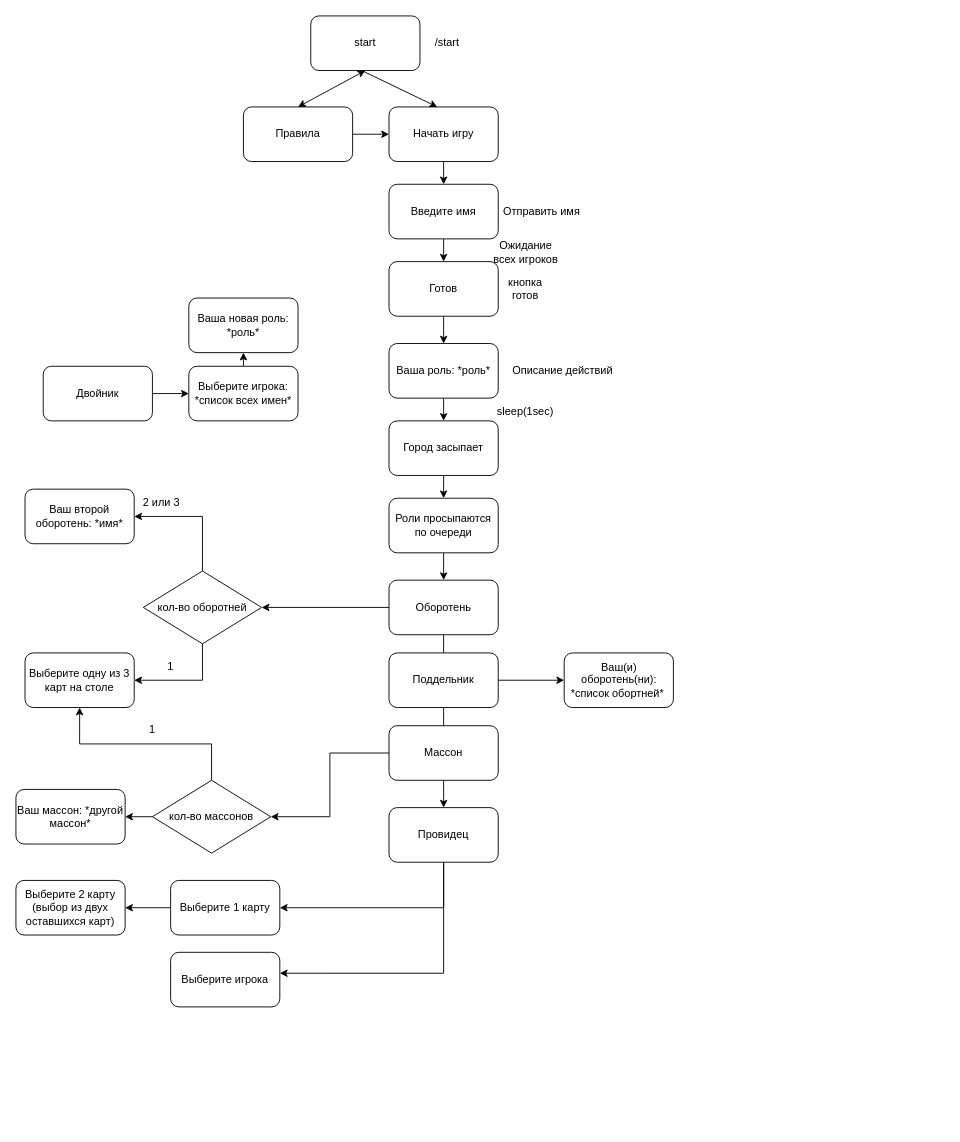
Above: page "Страница — 1" (1 of 2) of Диаграмма без названия.drawio in HereWeGoFirstly/WerewolvessGameBot (draw.io), before the change. Source tidied: cells renumbered, new cells numbered last; positions are measured from the earlier drawing's top-left corner, leaving out a move shared by most shapes. Both pictures are drawn from the tidied source at 91%, with x=0, y=0 at pixel (15, 15).
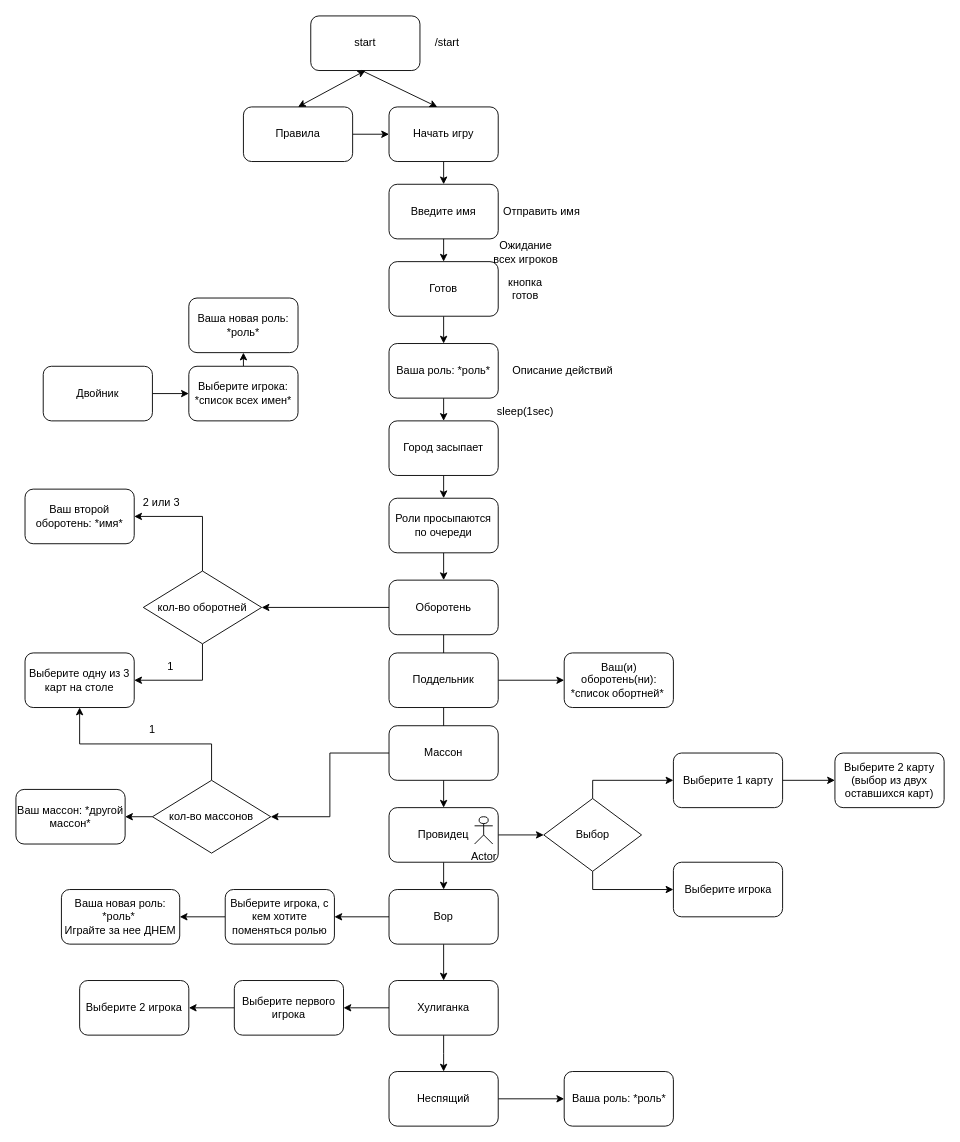
The same page after the edit.

Unchanged cells that the change refers to:
```xml
<mxCell id="53" value="Провидец" style="rounded=1;whiteSpace=wrap;html=1;" parent="1" vertex="1">
  <mxGeometry x="410" y="870" width="120" height="60" as="geometry" />
</mxCell>
```

Diff of the diagram source:
```diff
@@
-    <mxCell id="52" style="edgeStyle=orthogonalEdgeStyle;rounded=0;jettySize=auto;html=1;exitX=0.5;exitY=1;exitDx=0;exitDy=0;entryX=1;entryY=0.5;entryDx=0;entryDy=0;" parent="1" edge="1" source="53" target="55">
-      <mxGeometry relative="1" as="geometry" />
-    </mxCell>
+    <mxCell id="59" style="edgeStyle=orthogonalEdgeStyle;rounded=0;jettySize=auto;html=1;exitX=1;exitY=0.5;exitDx=0;exitDy=0;entryX=0;entryY=0.5;entryDx=0;entryDy=0;" parent="1" edge="1" source="53" target="63">
+      <mxGeometry relative="1" as="geometry" />
+    </mxCell>
+    <mxCell id="60" style="edgeStyle=orthogonalEdgeStyle;rounded=0;jettySize=auto;html=1;exitX=0.5;exitY=1;exitDx=0;exitDy=0;entryX=0.5;entryY=0;entryDx=0;entryDy=0;" parent="1" edge="1" source="53" target="66">
+      <mxGeometry relative="1" as="geometry" />
+    </mxCell>
@@
-    <mxCell id="54" style="edgeStyle=orthogonalEdgeStyle;rounded=0;jettySize=auto;html=1;exitX=0;exitY=0.5;exitDx=0;exitDy=0;" parent="1" edge="1" source="55" target="56">
+    <mxCell id="54" style="edgeStyle=orthogonalEdgeStyle;rounded=0;jettySize=auto;html=1;exitX=1;exitY=0.5;exitDx=0;exitDy=0;entryX=0;entryY=0.5;entryDx=0;entryDy=0;" parent="1" edge="1" source="55" target="56">
       <mxGeometry relative="1" as="geometry" />
     </mxCell>
     <mxCell id="55" value="Выберите 1 карту" style="rounded=1;whiteSpace=wrap;html=1;" parent="1" vertex="1">
-      <mxGeometry x="170" y="950" width="120" height="60" as="geometry" />
+      <mxGeometry x="722.5" y="810" width="120" height="60" as="geometry" />
     </mxCell>
     <mxCell id="56" value="Выберите 2 карту&lt;br&gt;(выбор из двух оставшихся карт)" style="rounded=1;whiteSpace=wrap;html=1;" parent="1" vertex="1">
-      <mxGeometry y="950" width="120" height="60" as="geometry" />
+      <mxGeometry x="900" y="810" width="120" height="60" as="geometry" />
     </mxCell>
     <mxCell id="57" value="Выберите игрока" style="rounded=1;whiteSpace=wrap;html=1;" parent="1" vertex="1">
-      <mxGeometry x="170" y="1029" width="120" height="60" as="geometry" />
+      <mxGeometry x="722.5" y="930" width="120" height="60" as="geometry" />
     </mxCell>
-    <mxCell id="58" style="edgeStyle=orthogonalEdgeStyle;rounded=0;jettySize=auto;html=1;exitX=0.5;exitY=1;exitDx=0;exitDy=0;entryX=1;entryY=0.383;entryDx=0;entryDy=0;entryPerimeter=0;" parent="1" edge="1" source="53" target="57">
-      <mxGeometry relative="1" as="geometry" />
-    </mxCell>
+    <mxCell id="61" style="edgeStyle=orthogonalEdgeStyle;rounded=0;jettySize=auto;html=1;exitX=0.5;exitY=0;exitDx=0;exitDy=0;entryX=0;entryY=0.5;entryDx=0;entryDy=0;" parent="1" edge="1" source="63" target="55">
+      <mxGeometry relative="1" as="geometry" />
+    </mxCell>
+    <mxCell id="62" style="edgeStyle=orthogonalEdgeStyle;rounded=0;jettySize=auto;html=1;exitX=0.5;exitY=1;exitDx=0;exitDy=0;" parent="1" edge="1" source="63" target="57">
+      <mxGeometry relative="1" as="geometry" />
+    </mxCell>
+    <mxCell id="63" value="Выбор" style="rhombus;whiteSpace=wrap;html=1;" parent="1" vertex="1">
+      <mxGeometry x="580" y="860" width="107.5" height="80" as="geometry" />
+    </mxCell>
+    <mxCell id="64" style="edgeStyle=orthogonalEdgeStyle;rounded=0;jettySize=auto;html=1;exitX=0;exitY=0.5;exitDx=0;exitDy=0;" parent="1" edge="1" source="66" target="68">
+      <mxGeometry relative="1" as="geometry" />
+    </mxCell>
+    <mxCell id="65" style="edgeStyle=orthogonalEdgeStyle;rounded=0;jettySize=auto;html=1;exitX=0.5;exitY=1;exitDx=0;exitDy=0;entryX=0.5;entryY=0;entryDx=0;entryDy=0;" parent="1" edge="1" source="66" target="73">
+      <mxGeometry relative="1" as="geometry" />
+    </mxCell>
+    <mxCell id="66" value="Вор" style="rounded=1;whiteSpace=wrap;html=1;" parent="1" vertex="1">
+      <mxGeometry x="410" y="960" width="120" height="60" as="geometry" />
+    </mxCell>
+    <mxCell id="67" style="edgeStyle=orthogonalEdgeStyle;rounded=0;jettySize=auto;html=1;exitX=0;exitY=0.5;exitDx=0;exitDy=0;entryX=1;entryY=0.5;entryDx=0;entryDy=0;" parent="1" edge="1" source="68" target="70">
+      <mxGeometry relative="1" as="geometry" />
+    </mxCell>
+    <mxCell id="68" value="Выберите игрока, с кем хотите поменяться ролью" style="rounded=1;whiteSpace=wrap;html=1;" parent="1" vertex="1">
+      <mxGeometry x="230" y="960" width="120" height="60" as="geometry" />
+    </mxCell>
+    <mxCell id="69" value="Actor" style="shape=umlActor;verticalLabelPosition=bottom;verticalAlign=top;html=1;" parent="1" vertex="1">
+      <mxGeometry x="504" y="880" width="20" height="30" as="geometry" />
+    </mxCell>
+    <mxCell id="70" value="Ваша новая роль: *роль*&amp;nbsp;&lt;br&gt;Играйте за нее ДНЕМ" style="rounded=1;whiteSpace=wrap;html=1;" parent="1" vertex="1">
+      <mxGeometry x="50" y="960" width="130" height="60" as="geometry" />
+    </mxCell>
+    <mxCell id="71" style="edgeStyle=orthogonalEdgeStyle;rounded=0;jettySize=auto;html=1;exitX=0;exitY=0.5;exitDx=0;exitDy=0;entryX=1;entryY=0.5;entryDx=0;entryDy=0;" parent="1" edge="1" source="73" target="75">
+      <mxGeometry relative="1" as="geometry" />
+    </mxCell>
+    <mxCell id="72" style="edgeStyle=orthogonalEdgeStyle;rounded=0;jettySize=auto;html=1;exitX=0.5;exitY=1;exitDx=0;exitDy=0;" parent="1" edge="1" source="73">
+      <mxGeometry relative="1" as="geometry">
+        <mxPoint x="470" y="1160" as="targetPoint" />
+      </mxGeometry>
+    </mxCell>
+    <mxCell id="73" value="Хулиганка" style="rounded=1;whiteSpace=wrap;html=1;" parent="1" vertex="1">
+      <mxGeometry x="410" y="1060" width="120" height="60" as="geometry" />
+    </mxCell>
+    <mxCell id="74" style="edgeStyle=orthogonalEdgeStyle;rounded=0;jettySize=auto;html=1;exitX=0;exitY=0.5;exitDx=0;exitDy=0;entryX=1;entryY=0.5;entryDx=0;entryDy=0;" parent="1" edge="1" source="75" target="76">
+      <mxGeometry relative="1" as="geometry" />
+    </mxCell>
+    <mxCell id="75" value="Выберите первого игрока" style="rounded=1;whiteSpace=wrap;html=1;" parent="1" vertex="1">
+      <mxGeometry x="240" y="1060" width="120" height="60" as="geometry" />
+    </mxCell>
+    <mxCell id="76" value="Выберите 2 игрока" style="rounded=1;whiteSpace=wrap;html=1;" parent="1" vertex="1">
+      <mxGeometry x="70" y="1060" width="120" height="60" as="geometry" />
+    </mxCell>
+    <mxCell id="77" style="edgeStyle=orthogonalEdgeStyle;rounded=0;jettySize=auto;html=1;exitX=1;exitY=0.5;exitDx=0;exitDy=0;" parent="1" edge="1" source="78" target="79">
+      <mxGeometry relative="1" as="geometry" />
+    </mxCell>
+    <mxCell id="78" value="Неспящий" style="rounded=1;whiteSpace=wrap;html=1;" parent="1" vertex="1">
+      <mxGeometry x="410" y="1160" width="120" height="60" as="geometry" />
+    </mxCell>
+    <mxCell id="79" value="Ваша роль: *роль*" style="rounded=1;whiteSpace=wrap;html=1;" parent="1" vertex="1">
+      <mxGeometry x="602.5" y="1160" width="120" height="60" as="geometry" />
+    </mxCell>
```
